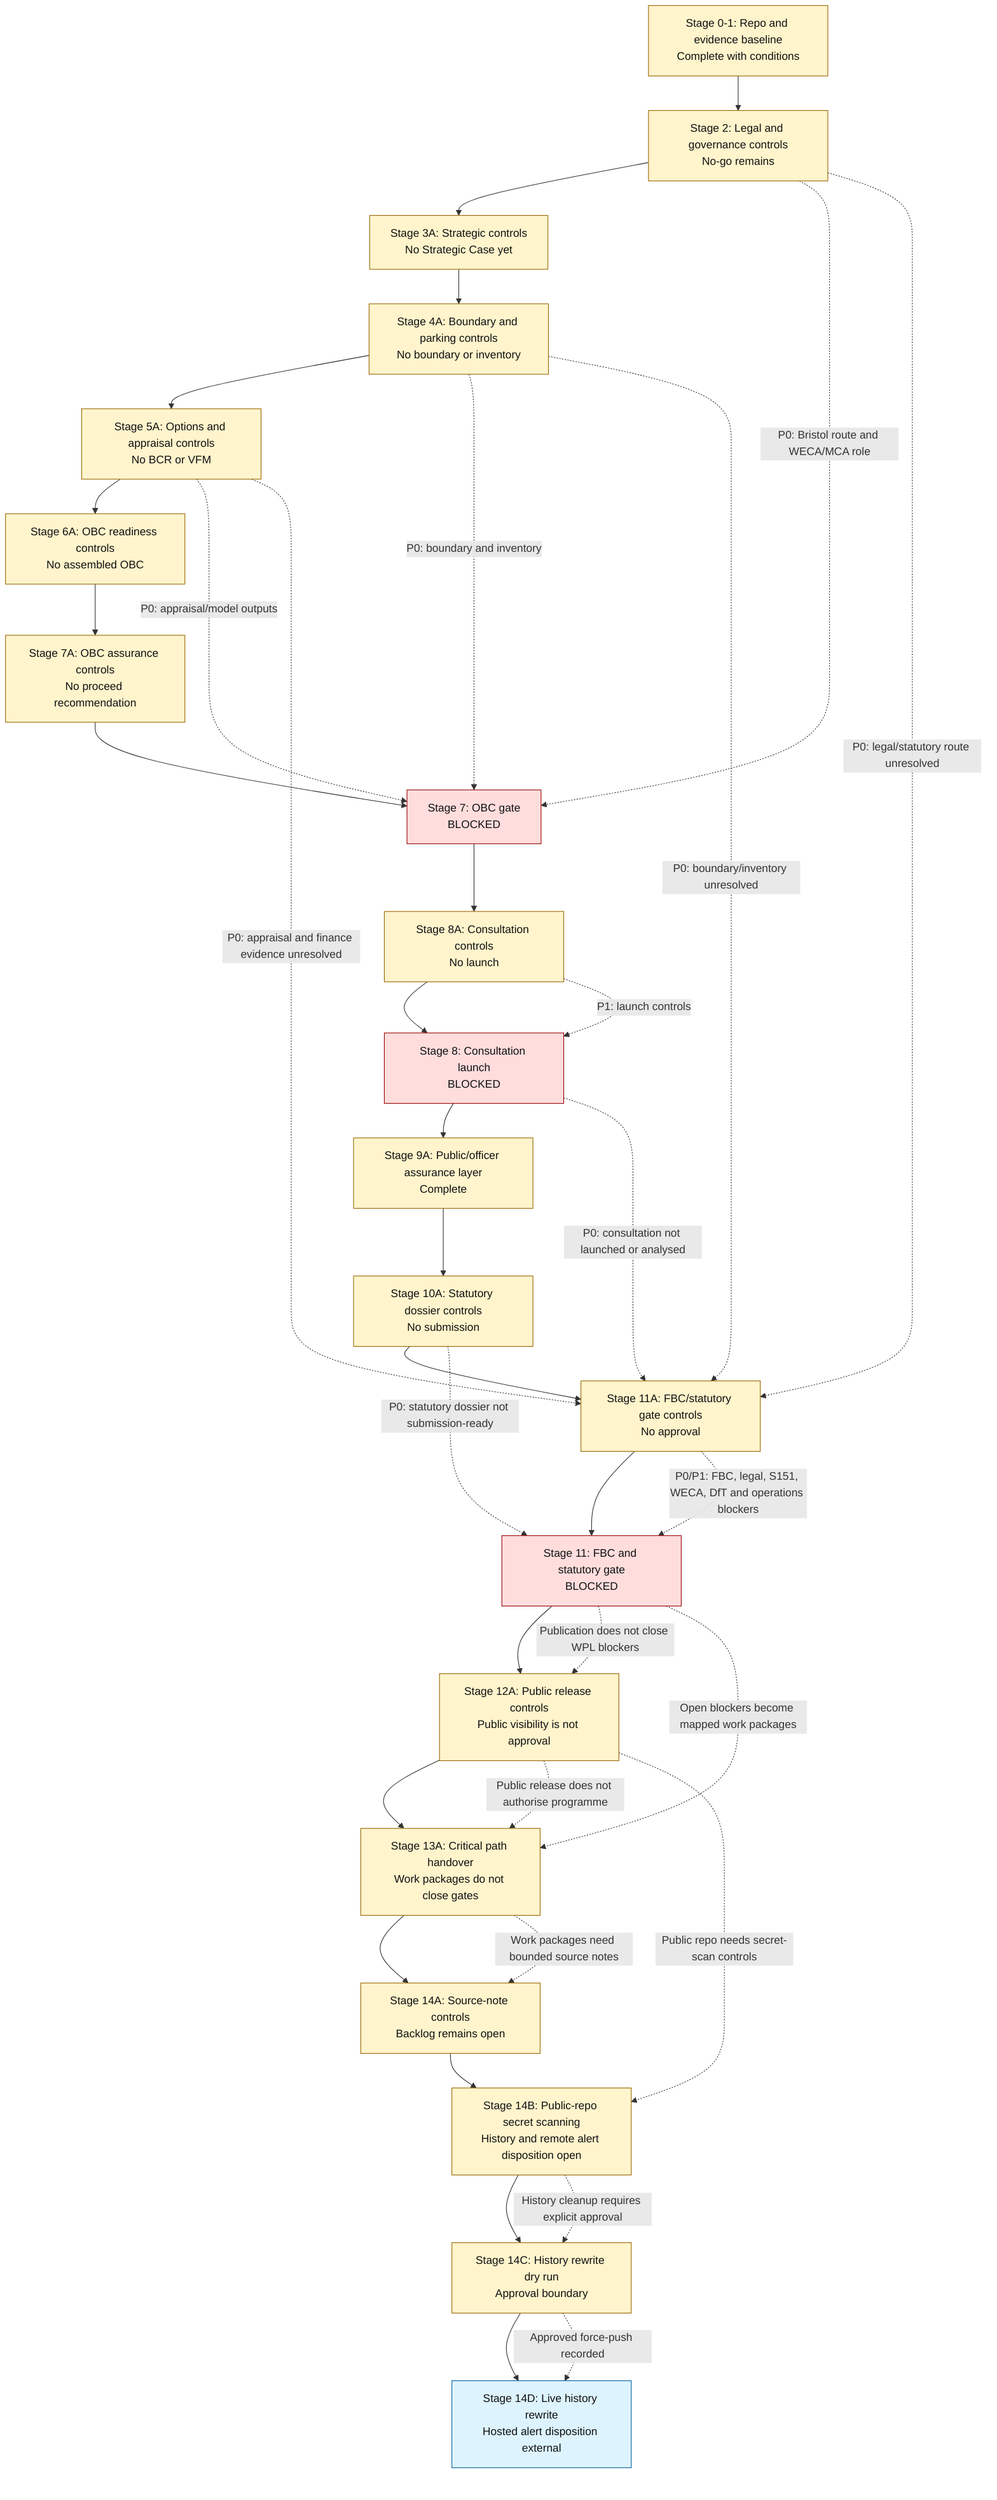
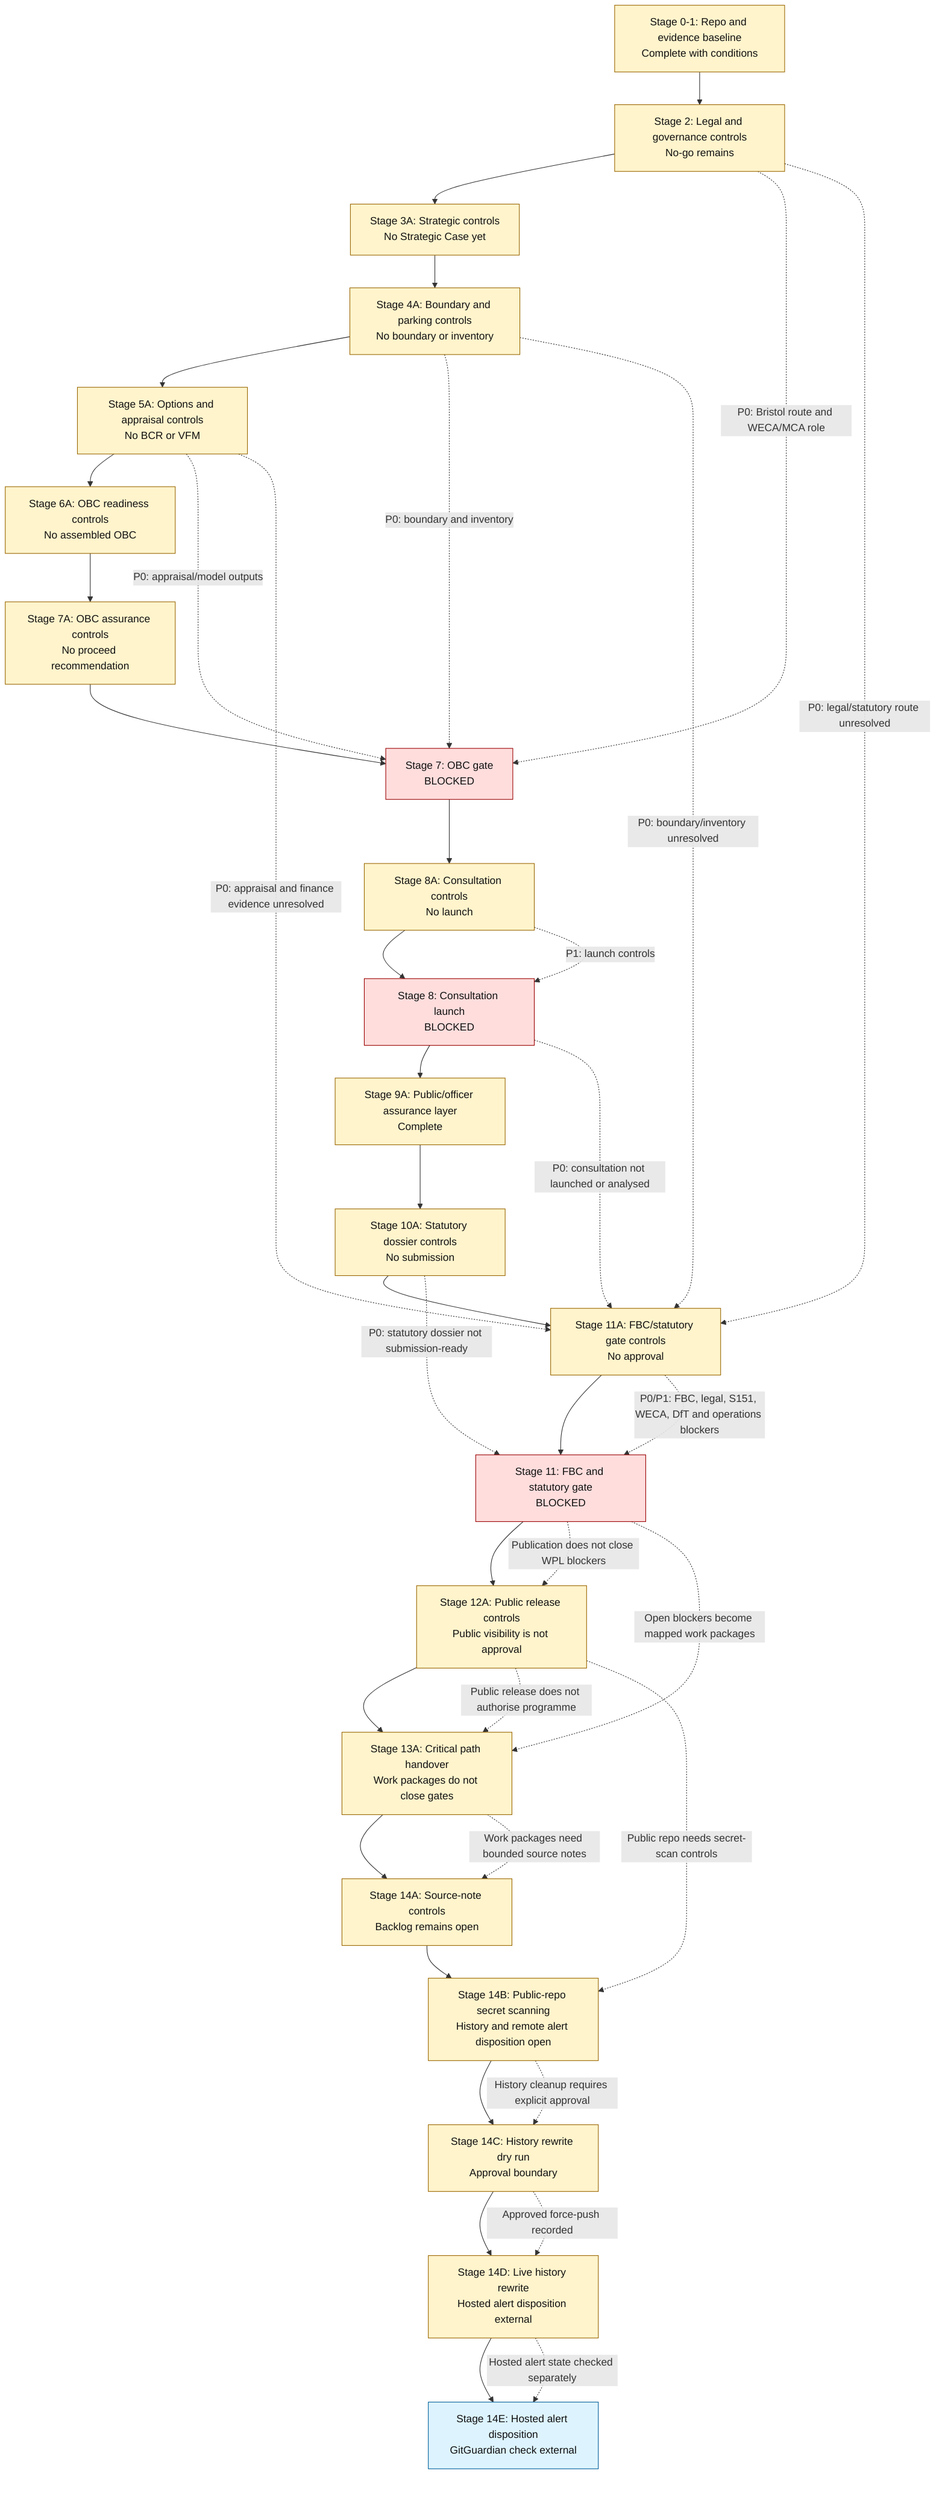
flowchart TD
    A["Stage 0-1: Repo and evidence baseline<br/>Complete with conditions"] --> B["Stage 2: Legal and governance controls<br/>No-go remains"]
    B --> C["Stage 3A: Strategic controls<br/>No Strategic Case yet"]
    C --> D["Stage 4A: Boundary and parking controls<br/>No boundary or inventory"]
    D --> E["Stage 5A: Options and appraisal controls<br/>No BCR or VFM"]
    E --> F["Stage 6A: OBC readiness controls<br/>No assembled OBC"]
    F --> F2["Stage 7A: OBC assurance controls<br/>No proceed recommendation"]
    F2 --> G["Stage 7: OBC gate<br/>BLOCKED"]
    G --> H["Stage 8A: Consultation controls<br/>No launch"]
    H --> I["Stage 8: Consultation launch<br/>BLOCKED"]
    I --> J["Stage 9A: Public/officer assurance layer<br/>Complete"]
    J --> J2["Stage 10A: Statutory dossier controls<br/>No submission"]
    J2 --> K2["Stage 11A: FBC/statutory gate controls<br/>No approval"]
    K2 --> K["Stage 11: FBC and statutory gate<br/>BLOCKED"]
    K --> L["Stage 12A: Public release controls<br/>Public visibility is not approval"]
    L --> M["Stage 13A: Critical path handover<br/>Work packages do not close gates"]
    M --> N["Stage 14A: Source-note controls<br/>Backlog remains open"]
    N --> O["Stage 14B: Public-repo secret scanning<br/>History and remote alert disposition open"]
    O --> P["Stage 14C: History rewrite dry run<br/>Approval boundary"]
    P --> Q["Stage 14D: Live history rewrite<br/>Hosted alert disposition external"]
+     Q --> R["Stage 14E: Hosted alert disposition<br/>GitGuardian check external"]

    B -. "P0: Bristol route and WECA/MCA role" .-> G
    D -. "P0: boundary and inventory" .-> G
    E -. "P0: appraisal/model outputs" .-> G
    H -. "P1: launch controls" .-> I
    B -. "P0: legal/statutory route unresolved" .-> K2
    D -. "P0: boundary/inventory unresolved" .-> K2
    E -. "P0: appraisal and finance evidence unresolved" .-> K2
    I -. "P0: consultation not launched or analysed" .-> K2
    J2 -. "P0: statutory dossier not submission-ready" .-> K
    K2 -. "P0/P1: FBC, legal, S151, WECA, DfT and operations blockers" .-> K
    K -. "Publication does not close WPL blockers" .-> L
    K -. "Open blockers become mapped work packages" .-> M
    L -. "Public release does not authorise programme" .-> M
    M -. "Work packages need bounded source notes" .-> N
    L -. "Public repo needs secret-scan controls" .-> O
    O -. "History cleanup requires explicit approval" .-> P
    P -. "Approved force-push recorded" .-> Q
+     Q -. "Hosted alert state checked separately" .-> R

    classDef blocked fill:#ffdddd,stroke:#990000,color:#111111;
    classDef control fill:#fff4cc,stroke:#996600,color:#111111;
    classDef current fill:#ddf4ff,stroke:#005f99,color:#111111;

    class G,I,K blocked;
-     class A,B,C,D,E,F,F2,H,J,J2,K2,L,M,N,O,P control;
-     class Q current;
+     class A,B,C,D,E,F,F2,H,J,J2,K2,L,M,N,O,P,Q control;
+     class R current;
